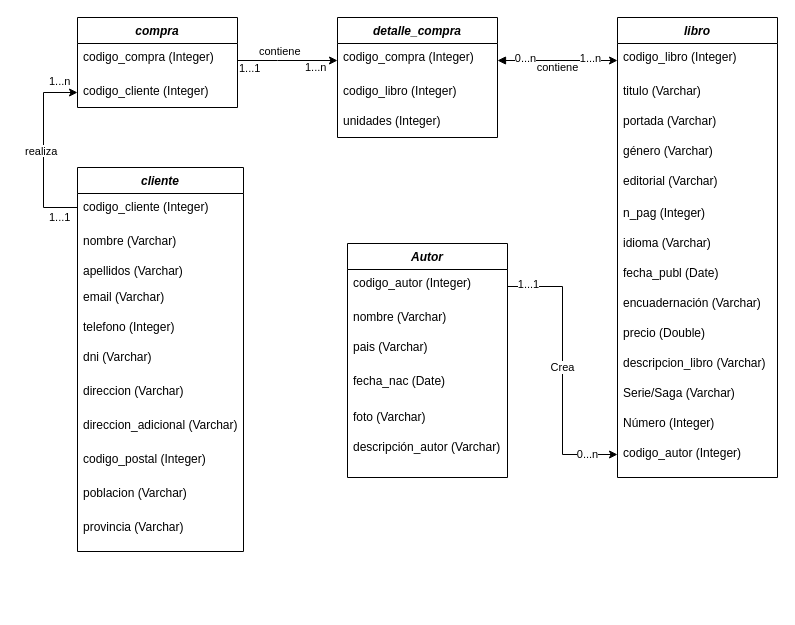
The draw.io diagram public/Diagrama entidad relación.drawio in MariD3v/Mari_BookStore, before the edit. Source tidied: cells renumbered, new cells numbered last; positions are measured from the earlier drawing's top-left corner, leaving out a move shared by most shapes. Both pictures are drawn from the tidied source at 100%, with x=0, y=0 at pixel (23, 17).
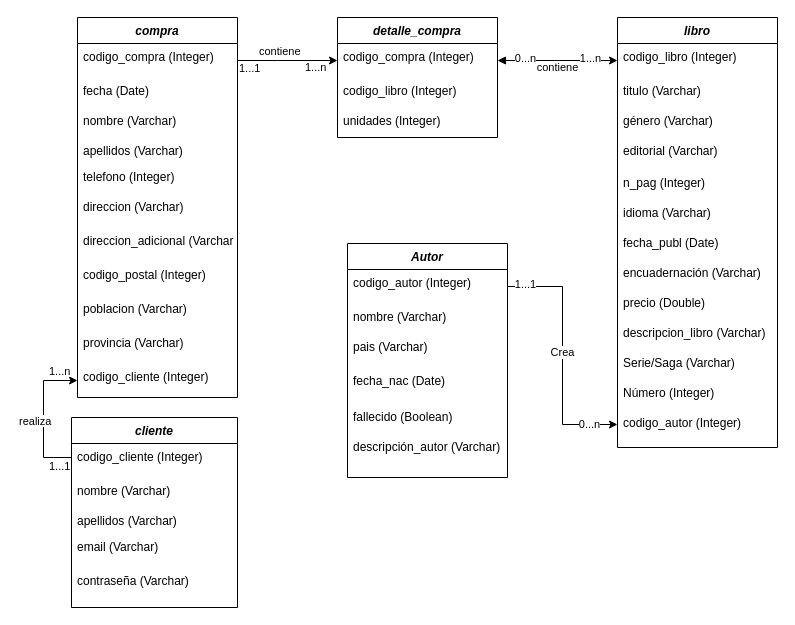
The same diagram, later.

The change refers to these unchanged cells:
```xml
<mxCell id="2" value="Autor" style="swimlane;fontStyle=3;align=center;verticalAlign=top;horizontal=1;startSize=26;rounded=0;shadow=0;strokeWidth=1;" parent="1" vertex="1">
  <mxGeometry x="324" y="226" width="160" height="234" as="geometry" />
</mxCell>
<mxCell id="44" value="codigo_cliente (Integer)" style="text;align=left;verticalAlign=top;spacingLeft=4;spacingRight=4;overflow=hidden;points=[[0,0.5],[1,0.5]];portConstraint=eastwest;rounded=0;shadow=0;html=0;" parent="43" vertex="1">
  <mxGeometry y="26" width="166" height="34" as="geometry" />
</mxCell>
```

The edit, as a diff of the source:
```diff
@@
-    <mxCell id="7" value="foto (Varchar)" style="text;align=left;verticalAlign=top;spacingLeft=4;spacingRight=4;overflow=hidden;" parent="2" vertex="1">
+    <mxCell id="7" value="fallecido (Boolean)" style="text;align=left;verticalAlign=top;spacingLeft=4;spacingRight=4;overflow=hidden;" parent="2" vertex="1">
       <mxGeometry y="160" width="160" height="30" as="geometry" />
     </mxCell>
@@
     <mxCell id="9" value="libro" style="swimlane;fontStyle=3;align=center;verticalAlign=top;horizontal=1;startSize=26;rounded=0;shadow=0;strokeWidth=1;" parent="1" vertex="1">
-      <mxGeometry x="594" width="160" height="460" as="geometry" />
+      <mxGeometry x="594" width="160" height="430" as="geometry" />
     </mxCell>
@@
-    <mxCell id="12" value="portada (Varchar)" style="text;align=left;verticalAlign=top;spacingLeft=4;spacingRight=4;overflow=hidden;" parent="9" vertex="1">
-      <mxGeometry y="90" width="160" height="30" as="geometry" />
-    </mxCell>
     <mxCell id="13" value="género (Varchar)" style="text;align=left;verticalAlign=top;spacingLeft=4;spacingRight=4;overflow=hidden;" parent="9" vertex="1">
-      <mxGeometry y="120" width="160" height="30" as="geometry" />
+      <mxGeometry y="90" width="160" height="30" as="geometry" />
     </mxCell>
     <mxCell id="14" value="editorial (Varchar)" style="text;align=left;verticalAlign=top;spacingLeft=4;spacingRight=4;overflow=hidden;rounded=0;shadow=0;html=0;" parent="9" vertex="1">
-      <mxGeometry y="150" width="160" height="32" as="geometry" />
+      <mxGeometry y="120" width="160" height="32" as="geometry" />
     </mxCell>
     <mxCell id="15" value="n_pag (Integer)" style="text;align=left;verticalAlign=top;spacingLeft=4;spacingRight=4;overflow=hidden;rounded=0;shadow=0;html=0;" parent="9" vertex="1">
-      <mxGeometry y="182" width="160" height="30" as="geometry" />
+      <mxGeometry y="152" width="160" height="30" as="geometry" />
     </mxCell>
     <mxCell id="16" value="idioma (Varchar)" style="text;align=left;verticalAlign=top;spacingLeft=4;spacingRight=4;overflow=hidden;" parent="9" vertex="1">
-      <mxGeometry y="212" width="160" height="30" as="geometry" />
+      <mxGeometry y="182" width="160" height="30" as="geometry" />
     </mxCell>
     <mxCell id="17" value="fecha_publ (Date)" style="text;align=left;verticalAlign=top;spacingLeft=4;spacingRight=4;overflow=hidden;rounded=0;shadow=0;html=0;" parent="9" vertex="1">
-      <mxGeometry y="242" width="160" height="30" as="geometry" />
+      <mxGeometry y="212" width="160" height="30" as="geometry" />
     </mxCell>
     <mxCell id="18" value="encuadernación (Varchar)" style="text;align=left;verticalAlign=top;spacingLeft=4;spacingRight=4;overflow=hidden;rounded=0;shadow=0;html=0;" parent="9" vertex="1">
-      <mxGeometry y="272" width="160" height="30" as="geometry" />
+      <mxGeometry y="242" width="160" height="30" as="geometry" />
     </mxCell>
     <mxCell id="19" value="precio (Double)" style="text;align=left;verticalAlign=top;spacingLeft=4;spacingRight=4;overflow=hidden;rounded=0;shadow=0;html=0;" parent="9" vertex="1">
-      <mxGeometry y="302" width="160" height="30" as="geometry" />
+      <mxGeometry y="272" width="160" height="30" as="geometry" />
     </mxCell>
     <mxCell id="20" value="descripcion_libro (Varchar)" style="text;align=left;verticalAlign=top;spacingLeft=4;spacingRight=4;overflow=hidden;rounded=0;shadow=0;html=0;" parent="9" vertex="1">
-      <mxGeometry y="332" width="160" height="30" as="geometry" />
+      <mxGeometry y="302" width="160" height="30" as="geometry" />
     </mxCell>
     <mxCell id="21" value="Serie/Saga (Varchar)" style="text;align=left;verticalAlign=top;spacingLeft=4;spacingRight=4;overflow=hidden;rounded=0;shadow=0;html=0;" parent="9" vertex="1">
-      <mxGeometry y="362" width="160" height="30" as="geometry" />
+      <mxGeometry y="332" width="160" height="30" as="geometry" />
     </mxCell>
     <mxCell id="22" value="Número (Integer)" style="text;align=left;verticalAlign=top;spacingLeft=4;spacingRight=4;overflow=hidden;rounded=0;shadow=0;html=0;" parent="9" vertex="1">
-      <mxGeometry y="392" width="160" height="30" as="geometry" />
+      <mxGeometry y="362" width="160" height="30" as="geometry" />
     </mxCell>
     <mxCell id="23" value="codigo_autor (Integer)" style="text;align=left;verticalAlign=top;spacingLeft=4;spacingRight=4;overflow=hidden;points=[[0,0.5],[1,0.5]];portConstraint=eastwest;rounded=0;shadow=0;html=0;" parent="9" vertex="1">
-      <mxGeometry y="422" width="160" height="30" as="geometry" />
+      <mxGeometry y="392" width="160" height="30" as="geometry" />
     </mxCell>
@@
     <mxCell id="28" value="compra" style="swimlane;fontStyle=3;align=center;verticalAlign=top;horizontal=1;startSize=26;rounded=0;shadow=0;strokeWidth=1;" parent="1" vertex="1">
-      <mxGeometry x="54" width="160" height="90" as="geometry" />
+      <mxGeometry x="54" width="160" height="380" as="geometry" />
     </mxCell>
@@
+    <mxCell id="59" value="fecha (Date)" style="text;align=left;verticalAlign=top;spacingLeft=4;spacingRight=4;overflow=hidden;rounded=0;shadow=0;html=0;" parent="28" vertex="1">
+      <mxGeometry y="60" width="160" height="30" as="geometry" />
+    </mxCell>
+    <mxCell id="60" value="nombre (Varchar)" style="text;align=left;verticalAlign=top;spacingLeft=4;spacingRight=4;overflow=hidden;" parent="28" vertex="1">
+      <mxGeometry y="90" width="160" height="30" as="geometry" />
+    </mxCell>
+    <mxCell id="61" value="apellidos (Varchar)" style="text;align=left;verticalAlign=top;spacingLeft=4;spacingRight=4;overflow=hidden;rounded=0;shadow=0;html=0;" parent="28" vertex="1">
+      <mxGeometry y="120" width="160" height="26" as="geometry" />
+    </mxCell>
+    <mxCell id="48" value="telefono (Integer)" style="text;align=left;verticalAlign=top;spacingLeft=4;spacingRight=4;overflow=hidden;rounded=0;shadow=0;html=0;" parent="28" vertex="1">
+      <mxGeometry y="146" width="160" height="30" as="geometry" />
+    </mxCell>
+    <mxCell id="50" value="direccion (Varchar)" style="text;align=left;verticalAlign=top;spacingLeft=4;spacingRight=4;overflow=hidden;rounded=0;shadow=0;html=0;" parent="28" vertex="1">
+      <mxGeometry y="176" width="160" height="34" as="geometry" />
+    </mxCell>
+    <mxCell id="51" value="direccion_adicional (Varchar)" style="text;align=left;verticalAlign=top;spacingLeft=4;spacingRight=4;overflow=hidden;rounded=0;shadow=0;html=0;" parent="28" vertex="1">
+      <mxGeometry y="210" width="160" height="34" as="geometry" />
+    </mxCell>
+    <mxCell id="52" value="codigo_postal (Integer)" style="text;align=left;verticalAlign=top;spacingLeft=4;spacingRight=4;overflow=hidden;rounded=0;shadow=0;html=0;" parent="28" vertex="1">
+      <mxGeometry y="244" width="160" height="34" as="geometry" />
+    </mxCell>
+    <mxCell id="53" value="poblacion (Varchar)" style="text;align=left;verticalAlign=top;spacingLeft=4;spacingRight=4;overflow=hidden;rounded=0;shadow=0;html=0;" parent="28" vertex="1">
+      <mxGeometry y="278" width="160" height="34" as="geometry" />
+    </mxCell>
+    <mxCell id="54" value="provincia (Varchar)" style="text;align=left;verticalAlign=top;spacingLeft=4;spacingRight=4;overflow=hidden;rounded=0;shadow=0;html=0;" parent="28" vertex="1">
+      <mxGeometry y="312" width="160" height="34" as="geometry" />
+    </mxCell>
     <mxCell id="30" value="codigo_cliente (Integer)" style="text;align=left;verticalAlign=top;spacingLeft=4;spacingRight=4;overflow=hidden;points=[[0,0.5],[1,0.5]];portConstraint=eastwest;" parent="28" vertex="1">
-      <mxGeometry y="60" width="160" height="30" as="geometry" />
+      <mxGeometry y="346" width="160" height="34" as="geometry" />
     </mxCell>
@@
     <mxCell id="43" value="cliente" style="swimlane;fontStyle=3;align=center;verticalAlign=top;horizontal=1;startSize=26;rounded=0;shadow=0;strokeWidth=1;" parent="1" vertex="1">
-      <mxGeometry x="54" y="150" width="166" height="384" as="geometry" />
+      <mxGeometry x="48" y="400" width="166" height="190" as="geometry" />
     </mxCell>
@@
     <mxCell id="47" value="email (Varchar)" style="text;align=left;verticalAlign=top;spacingLeft=4;spacingRight=4;overflow=hidden;" parent="43" vertex="1">
-      <mxGeometry y="116" width="166" height="30" as="geometry" />
+      <mxGeometry y="116" width="166" height="34" as="geometry" />
     </mxCell>
-    <mxCell id="48" value="telefono (Integer)" style="text;align=left;verticalAlign=top;spacingLeft=4;spacingRight=4;overflow=hidden;rounded=0;shadow=0;html=0;" parent="43" vertex="1">
-      <mxGeometry y="146" width="166" height="30" as="geometry" />
-    </mxCell>
-    <mxCell id="49" value="dni (Varchar)" style="text;align=left;verticalAlign=top;spacingLeft=4;spacingRight=4;overflow=hidden;rounded=0;shadow=0;html=0;" parent="43" vertex="1">
-      <mxGeometry y="176" width="166" height="34" as="geometry" />
-    </mxCell>
-    <mxCell id="50" value="direccion (Varchar)" style="text;align=left;verticalAlign=top;spacingLeft=4;spacingRight=4;overflow=hidden;rounded=0;shadow=0;html=0;" parent="43" vertex="1">
-      <mxGeometry y="210" width="166" height="34" as="geometry" />
-    </mxCell>
-    <mxCell id="51" value="direccion_adicional (Varchar)" style="text;align=left;verticalAlign=top;spacingLeft=4;spacingRight=4;overflow=hidden;rounded=0;shadow=0;html=0;" parent="43" vertex="1">
-      <mxGeometry y="244" width="166" height="34" as="geometry" />
-    </mxCell>
-    <mxCell id="52" value="codigo_postal (Integer)" style="text;align=left;verticalAlign=top;spacingLeft=4;spacingRight=4;overflow=hidden;rounded=0;shadow=0;html=0;" parent="43" vertex="1">
-      <mxGeometry y="278" width="166" height="34" as="geometry" />
-    </mxCell>
-    <mxCell id="53" value="poblacion (Varchar)" style="text;align=left;verticalAlign=top;spacingLeft=4;spacingRight=4;overflow=hidden;rounded=0;shadow=0;html=0;" parent="43" vertex="1">
-      <mxGeometry y="312" width="166" height="34" as="geometry" />
-    </mxCell>
-    <mxCell id="54" value="provincia (Varchar)" style="text;align=left;verticalAlign=top;spacingLeft=4;spacingRight=4;overflow=hidden;rounded=0;shadow=0;html=0;" parent="43" vertex="1">
-      <mxGeometry y="346" width="166" height="34" as="geometry" />
-    </mxCell>
+    <mxCell id="62" value="contraseña (Varchar)" style="text;align=left;verticalAlign=top;spacingLeft=4;spacingRight=4;overflow=hidden;" parent="43" vertex="1">
+      <mxGeometry y="150" width="166" height="30" as="geometry" />
+    </mxCell>
     <mxCell id="55" style="edgeStyle=orthogonalEdgeStyle;rounded=0;jettySize=auto;html=1;entryX=0;entryY=0.5;entryDx=0;entryDy=0;" parent="1" edge="1" source="44" target="30">
       <mxGeometry relative="1" as="geometry">
         <Array as="points">
-          <mxPoint x="20" y="190" />
-          <mxPoint x="20" y="75" />
+          <mxPoint x="20" y="440" />
+          <mxPoint x="20" y="363" />
         </Array>
       </mxGeometry>
     </mxCell>
     <mxCell id="56" value="&lt;span style=&quot;color: rgb(0, 0, 0); font-family: Helvetica; font-size: 11px; font-style: normal; font-variant-ligatures: normal; font-variant-caps: normal; font-weight: 400; letter-spacing: normal; orphans: 2; text-align: center; text-indent: 0px; text-transform: none; widows: 2; word-spacing: 0px; -webkit-text-stroke-width: 0px; white-space: nowrap; background-color: rgb(255, 255, 255); text-decoration-thickness: initial; text-decoration-style: initial; text-decoration-color: initial; display: inline !important; float: none;&quot;&gt;1...1&lt;/span&gt;" style="text;whiteSpace=wrap;html=1;strokeWidth=2;" parent="1" vertex="1">
-      <mxGeometry x="24" y="186" width="30" height="40" as="geometry" />
+      <mxGeometry x="24" y="435" width="30" height="25" as="geometry" />
     </mxCell>
     <mxCell id="57" value="&lt;span style=&quot;color: rgb(0, 0, 0); font-family: Helvetica; font-size: 11px; font-style: normal; font-variant-ligatures: normal; font-variant-caps: normal; font-weight: 400; letter-spacing: normal; orphans: 2; text-align: center; text-indent: 0px; text-transform: none; widows: 2; word-spacing: 0px; -webkit-text-stroke-width: 0px; white-space: nowrap; background-color: rgb(255, 255, 255); text-decoration-thickness: initial; text-decoration-style: initial; text-decoration-color: initial; display: inline !important; float: none;&quot;&gt;1...n&lt;/span&gt;" style="text;whiteSpace=wrap;html=1;" parent="1" vertex="1">
-      <mxGeometry x="24" y="50" width="30" height="40" as="geometry" />
+      <mxGeometry x="24" y="340" width="30" height="27" as="geometry" />
     </mxCell>
     <mxCell id="58" value="&lt;div style=&quot;text-align: center;&quot;&gt;&lt;span style=&quot;font-size: 11px; text-wrap: nowrap; background-color: rgb(255, 255, 255);&quot;&gt;realiza&lt;/span&gt;&lt;/div&gt;" style="text;whiteSpace=wrap;html=1;" parent="1" vertex="1">
-      <mxGeometry y="120" width="30" height="40" as="geometry" />
+      <mxGeometry x="-6" y="390" width="30" height="40" as="geometry" />
     </mxCell>
```
